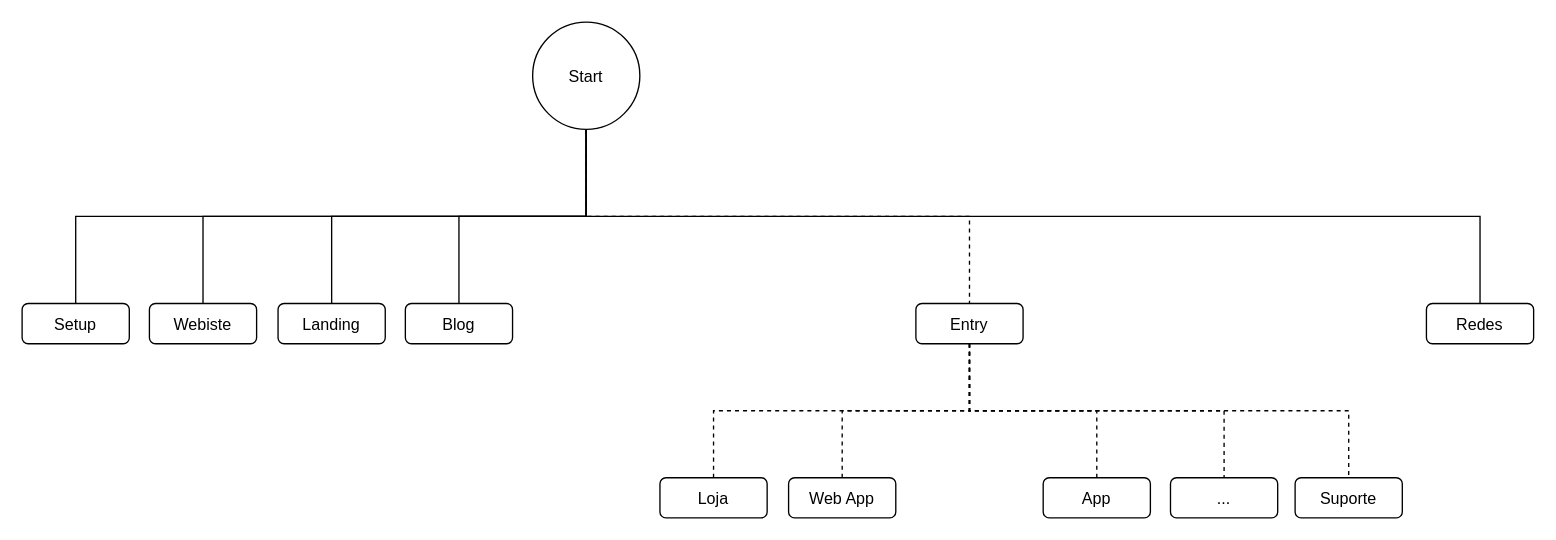
Earlier version of the draw.io diagram page "Page-4" (2 of 6) of src/init.drawio (pegandoasmanhas/init). Source tidied: cells renumbered, new cells numbered last; positions are measured from the earlier drawing's top-left corner, leaving out a move shared by most shapes. Both pictures are drawn from the tidied source at 134%, with x=0, y=0 at pixel (21, 21).
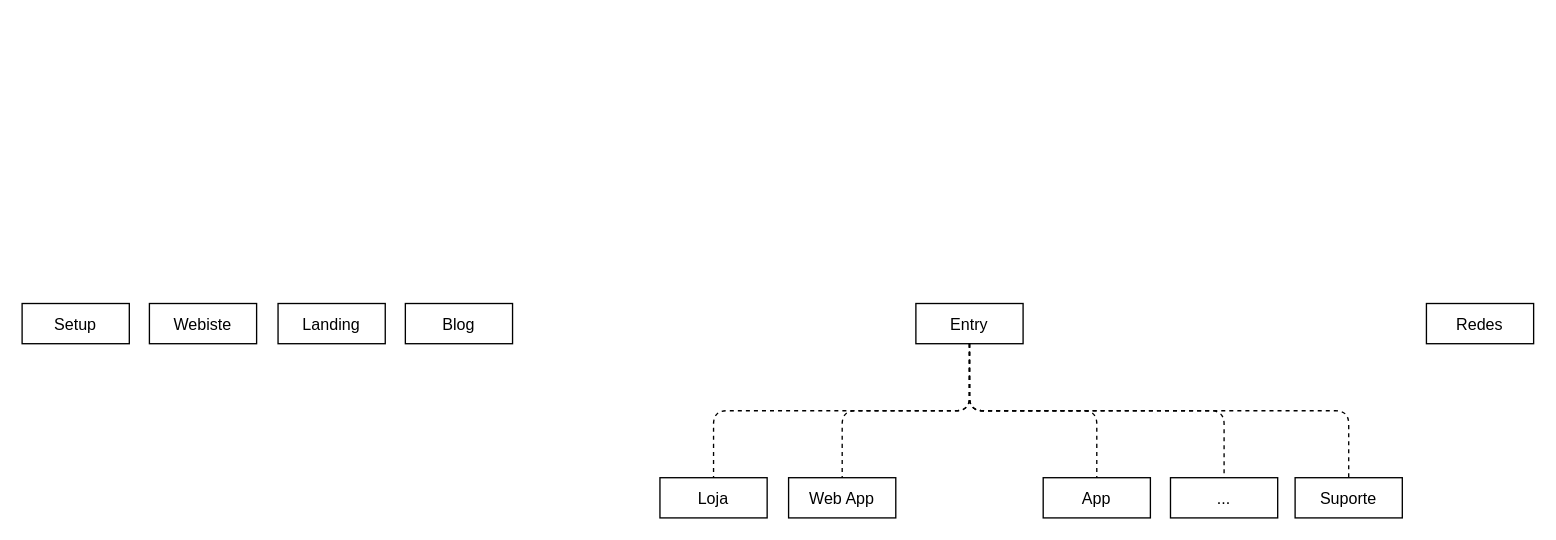
The same diagram, later.

What changed in the source:
```diff
@@
-    <mxCell id="2" style="edgeStyle=orthogonalEdgeStyle;rounded=0;jettySize=auto;html=1;entryX=0.5;entryY=0;entryDx=0;entryDy=0;endArrow=none;endFill=0;exitX=0.5;exitY=1;exitDx=0;exitDy=0;sketch=0;shadow=0;" parent="1" edge="1" source="3" target="22">
-      <mxGeometry relative="1" as="geometry" />
-    </mxCell>
-    <mxCell id="3" value="Start" style="ellipse;sketch=0;shadow=0;" parent="1" vertex="1">
-      <mxGeometry x="381" width="80" height="80" as="geometry" />
-    </mxCell>
-    <mxCell id="4" value="Setup" style="rounded=1;sketch=0;shadow=0;" parent="1" vertex="1">
+    <mxCell id="4" value="Setup" style="shadow=0;" parent="1" vertex="1">
       <mxGeometry y="210" width="80" height="30" as="geometry" />
     </mxCell>
-    <mxCell id="5" style="edgeStyle=elbowEdgeStyle;elbow=vertical;endArrow=none;endFill=0;rounded=0;sketch=0;shadow=0;" parent="1" edge="1" source="3" target="4">
-      <mxGeometry relative="1" as="geometry" />
-    </mxCell>
-    <mxCell id="6" value="Webiste" style="rounded=1;sketch=0;shadow=0;" parent="1" vertex="1">
+    <mxCell id="6" value="Webiste" style="shadow=0;" parent="1" vertex="1">
       <mxGeometry x="95" y="210" width="80" height="30" as="geometry" />
     </mxCell>
-    <mxCell id="7" style="edgeStyle=elbowEdgeStyle;elbow=vertical;endArrow=none;endFill=0;rounded=0;sketch=0;shadow=0;" parent="1" edge="1" source="3" target="6">
-      <mxGeometry relative="1" as="geometry" />
-    </mxCell>
-    <mxCell id="8" value="Landing" style="rounded=1;sketch=0;shadow=0;" parent="1" vertex="1">
+    <mxCell id="8" value="Landing" style="shadow=0;" parent="1" vertex="1">
       <mxGeometry x="191" y="210" width="80" height="30" as="geometry" />
     </mxCell>
-    <mxCell id="9" style="edgeStyle=elbowEdgeStyle;elbow=vertical;endArrow=none;endFill=0;rounded=0;sketch=0;shadow=0;" parent="1" edge="1" source="3" target="8">
-      <mxGeometry relative="1" as="geometry" />
-    </mxCell>
-    <mxCell id="10" value="Blog" style="rounded=1;sketch=0;shadow=0;" parent="1" vertex="1">
+    <mxCell id="10" value="Blog" style="shadow=0;" parent="1" vertex="1">
       <mxGeometry x="286" y="210" width="80" height="30" as="geometry" />
     </mxCell>
-    <mxCell id="11" style="edgeStyle=elbowEdgeStyle;elbow=vertical;endArrow=none;endFill=0;rounded=0;sketch=0;shadow=0;" parent="1" edge="1" source="3" target="10">
-      <mxGeometry relative="1" as="geometry" />
-    </mxCell>
-    <mxCell id="12" value="Entry" style="rounded=1;sketch=0;shadow=0;" parent="1" vertex="1">
+    <mxCell id="12" value="Entry" style="shadow=0;" parent="1" vertex="1">
       <mxGeometry x="667" y="210" width="80" height="30" as="geometry" />
     </mxCell>
-    <mxCell id="13" style="edgeStyle=elbowEdgeStyle;elbow=vertical;endArrow=none;endFill=0;rounded=0;sketch=0;dashed=1;shadow=0;" parent="1" edge="1" source="3" target="12">
-      <mxGeometry relative="1" as="geometry" />
-    </mxCell>
-    <mxCell id="14" value="Loja" style="rounded=1;sketch=0;shadow=0;" parent="1" vertex="1">
+    <mxCell id="14" value="Loja" style="shadow=0;" parent="1" vertex="1">
       <mxGeometry x="476" y="340" width="80" height="30" as="geometry" />
     </mxCell>
-    <mxCell id="15" style="edgeStyle=elbowEdgeStyle;elbow=vertical;rounded=0;endFill=0;endArrow=none;sketch=0;dashed=1;shadow=0;" parent="1" edge="1" source="12" target="14">
+    <mxCell id="15" style="edgeStyle=elbowEdgeStyle;elbow=vertical;endFill=0;endArrow=none;dashed=1;shadow=0;" parent="1" edge="1" source="12" target="14">
       <mxGeometry relative="1" as="geometry" />
     </mxCell>
-    <mxCell id="16" value="Web App" style="rounded=1;sketch=0;shadow=0;" parent="1" vertex="1">
+    <mxCell id="16" value="Web App" style="shadow=0;" parent="1" vertex="1">
       <mxGeometry x="572" y="340" width="80" height="30" as="geometry" />
     </mxCell>
-    <mxCell id="17" style="edgeStyle=elbowEdgeStyle;elbow=vertical;rounded=0;endFill=0;endArrow=none;sketch=0;dashed=1;shadow=0;" parent="1" edge="1" source="12" target="16">
+    <mxCell id="17" style="edgeStyle=elbowEdgeStyle;elbow=vertical;endFill=0;endArrow=none;dashed=1;shadow=0;" parent="1" edge="1" source="12" target="16">
       <mxGeometry relative="1" as="geometry" />
     </mxCell>
-    <mxCell id="18" value="App" style="rounded=1;sketch=0;shadow=0;" parent="1" vertex="1">
+    <mxCell id="18" value="App" style="shadow=0;" parent="1" vertex="1">
       <mxGeometry x="762" y="340" width="80" height="30" as="geometry" />
     </mxCell>
-    <mxCell id="19" style="edgeStyle=elbowEdgeStyle;elbow=vertical;rounded=0;endFill=0;endArrow=none;sketch=0;dashed=1;shadow=0;" parent="1" edge="1" source="12" target="18">
+    <mxCell id="19" style="edgeStyle=elbowEdgeStyle;elbow=vertical;endFill=0;endArrow=none;dashed=1;shadow=0;" parent="1" edge="1" source="12" target="18">
       <mxGeometry relative="1" as="geometry" />
     </mxCell>
-    <mxCell id="20" value="..." style="rounded=1;sketch=0;shadow=0;" parent="1" vertex="1">
+    <mxCell id="20" value="..." style="shadow=0;" parent="1" vertex="1">
       <mxGeometry x="857" y="340" width="80" height="30" as="geometry" />
     </mxCell>
-    <mxCell id="21" style="edgeStyle=elbowEdgeStyle;elbow=vertical;rounded=0;endFill=0;endArrow=none;sketch=0;dashed=1;shadow=0;" parent="1" edge="1" source="12" target="20">
+    <mxCell id="21" style="edgeStyle=elbowEdgeStyle;elbow=vertical;endFill=0;endArrow=none;dashed=1;shadow=0;" parent="1" edge="1" source="12" target="20">
       <mxGeometry relative="1" as="geometry" />
     </mxCell>
-    <mxCell id="22" value="Redes" style="rounded=1;sketch=0;shadow=0;" parent="1" vertex="1">
+    <mxCell id="22" value="Redes" style="shadow=0;" parent="1" vertex="1">
       <mxGeometry x="1048" y="210" width="80" height="30" as="geometry" />
     </mxCell>
-    <mxCell id="23" value="Suporte" style="rounded=1;sketch=0;shadow=0;" parent="1" vertex="1">
+    <mxCell id="23" value="Suporte" style="shadow=0;" parent="1" vertex="1">
       <mxGeometry x="950" y="340" width="80" height="30" as="geometry" />
     </mxCell>
-    <mxCell id="24" style="edgeStyle=elbowEdgeStyle;elbow=vertical;rounded=0;endFill=0;endArrow=none;sketch=0;dashed=1;shadow=0;" parent="1" edge="1" source="12">
-      <mxGeometry relative="1" as="geometry">
-        <mxPoint x="990" y="340" as="targetPoint" />
-      </mxGeometry>
-    </mxCell>
+    <mxCell id="25" style="edgeStyle=elbowEdgeStyle;elbow=vertical;endFill=0;endArrow=none;dashed=1;shadow=0;" parent="1" edge="1" source="12">
+      <mxGeometry relative="1" as="geometry">
+        <mxPoint x="990" y="340" as="targetPoint" />
+      </mxGeometry>
+    </mxCell>
```
